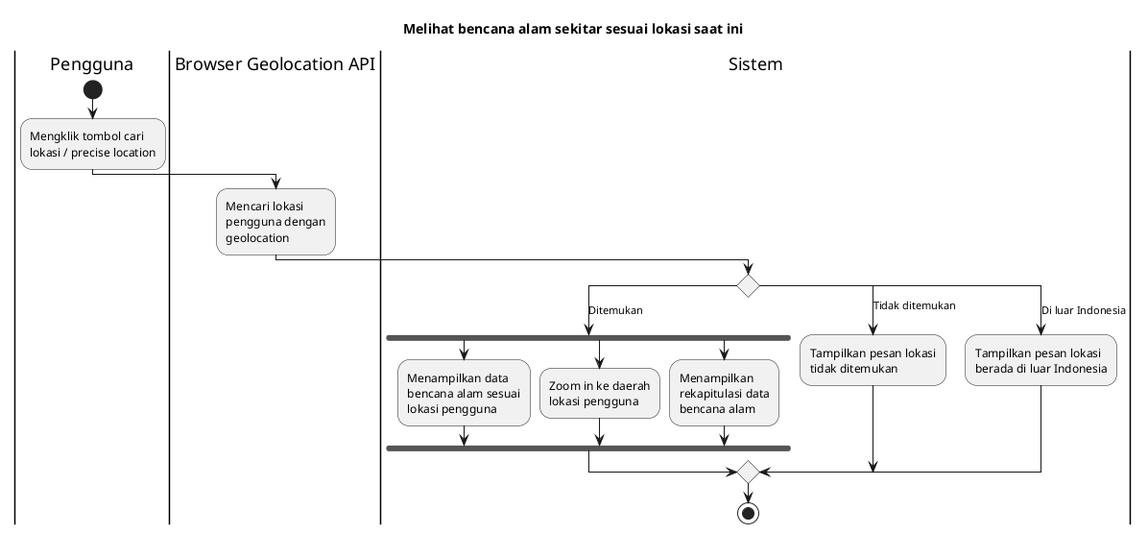
Above: export/Activity Diagrams/UC-MAP - Peta Bencana/UC-MAP-001 - Melihat bencana alam sekitar sesuai lokasi saat ini.png in bagusNA/appl-diagrams (PlantUML), before the change.
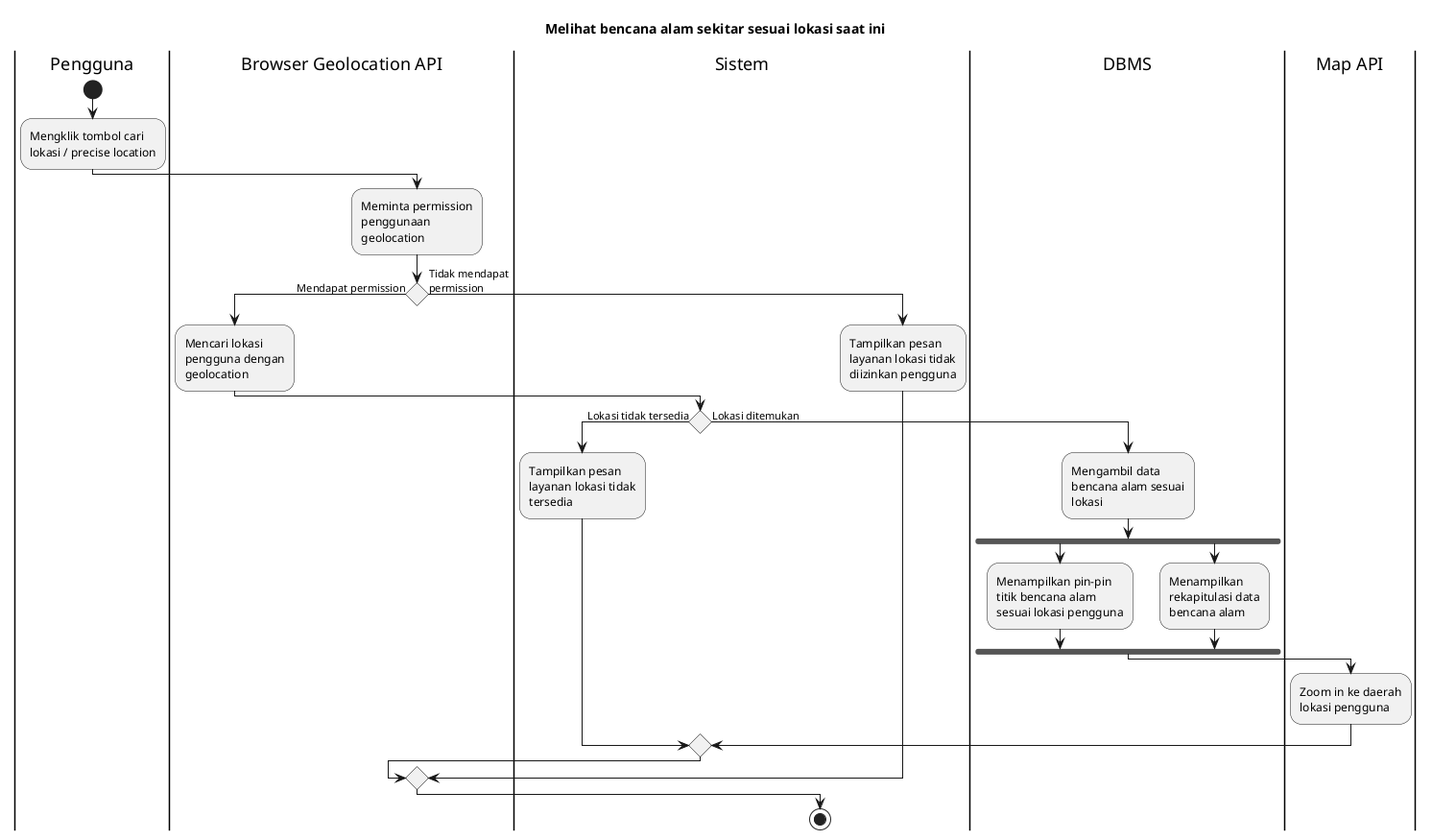
Above is the later version.

Diff of the diagram source:
```diff
@@ -8,23 +8,32 @@
 :Mengklik tombol cari lokasi / precise location;
 
 |Browser Geolocation API|
-:Mencari lokasi pengguna dengan geolocation;
+:Meminta permission penggunaan geolocation;
 
-|Sistem|
-switch ()
-case (Ditemukan)
-  fork
-    :Menampilkan data bencana alam sesuai lokasi pengguna;
-  fork again
+if () then (Mendapat permission)
+  :Mencari lokasi pengguna dengan geolocation;
+
+  |Sistem|
+  if () then (Lokasi tidak tersedia)
+    :Tampilkan pesan layanan lokasi tidak tersedia;
+  else (Lokasi ditemukan)
+    |DBMS|
+    :Mengambil data bencana alam sesuai lokasi;
+
+    fork
+      :Menampilkan pin-pin titik bencana alam sesuai lokasi pengguna;
+    fork again
+      :Menampilkan rekapitulasi data bencana alam;
+    endfork
+
+    |Map API|
     :Zoom in ke daerah lokasi pengguna;
-  fork again
-    :Menampilkan rekapitulasi data bencana alam;
-  endfork
-case (Tidak ditemukan)
-  :Tampilkan pesan lokasi tidak ditemukan;
-case (Di luar Indonesia)
-  :Tampilkan pesan lokasi berada di luar Indonesia;
-endswitch
+  endif
+else (Tidak mendapat permission)
+  |Sistem|
+  :Tampilkan pesan layanan lokasi tidak diizinkan pengguna;
+endif
+
 
 stop
 @enduml
```
